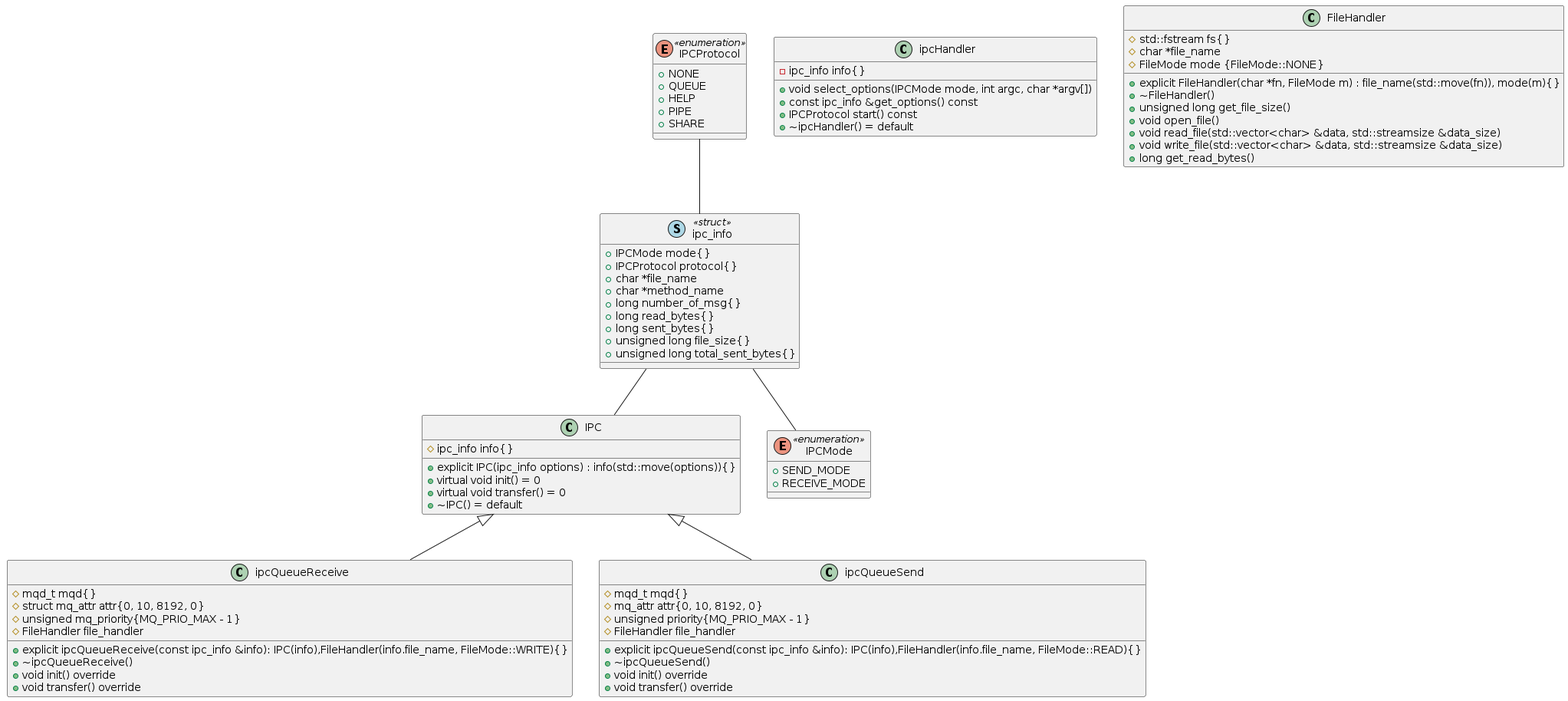
Before: Cpp_test/uml/diagram_picure/diagram.png, a diagram exported from PlantUML (giangle-unikie/complex-copy-cpp).
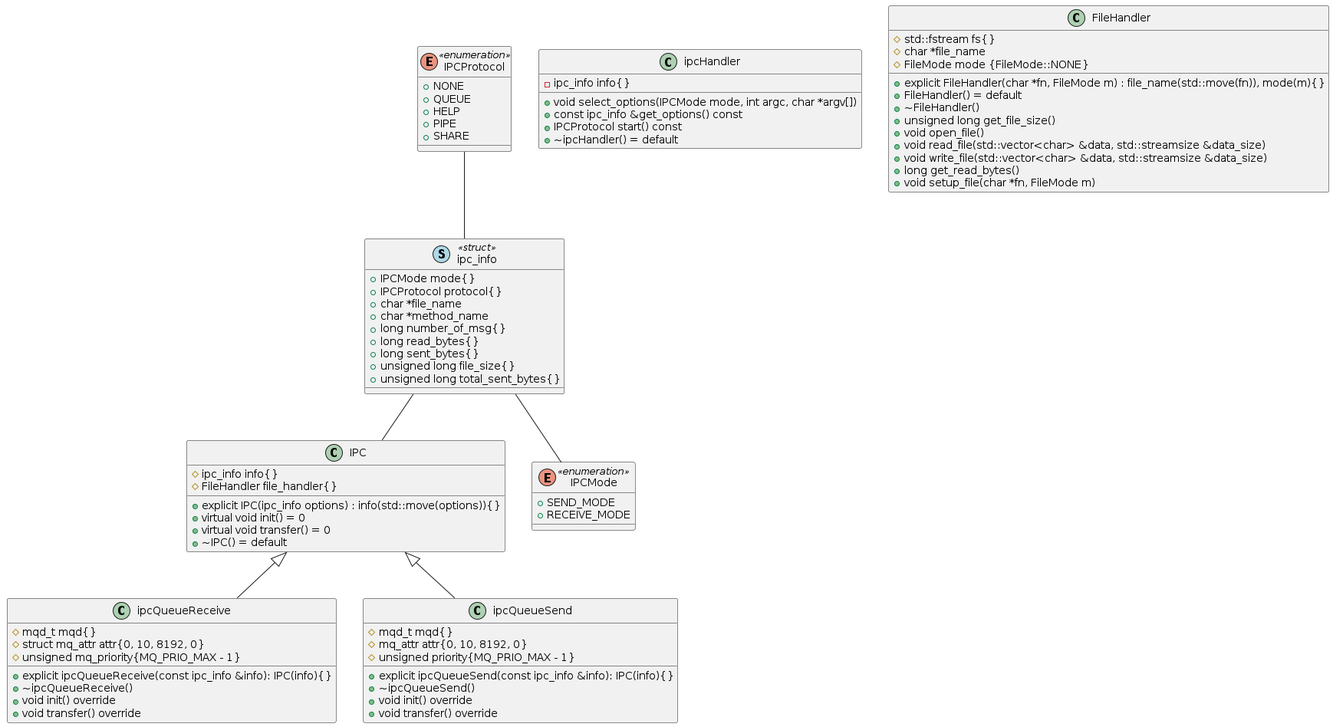
The same diagram one commit later.

Change to the diagram source:
```diff
@@ -2,6 +2,7 @@
 class IPC
 {
 	# ipc_info info{}
+	# FileHandler file_handler{}
 
 	+ explicit IPC(ipc_info options) : info(std::move(options)){}
 	+ virtual void init() = 0
@@ -26,12 +27,14 @@
 	# FileMode mode {FileMode::NONE}
 
 	+ explicit FileHandler(char *fn, FileMode m) : file_name(std::move(fn)), mode(m){}
+	+ FileHandler() = default
 	+ ~FileHandler()
 	+ unsigned long get_file_size()
 	+ void open_file()
 	+ void read_file(std::vector<char> &data, std::streamsize &data_size)
 	+ void write_file(std::vector<char> &data, std::streamsize &data_size)
 	+ long get_read_bytes()
+	+ void setup_file(char *fn, FileMode m)
 }
 
 class ipcQueueReceive
@@ -39,9 +42,8 @@
     # mqd_t mqd{}
     # struct mq_attr attr{0, 10, 8192, 0}
     # unsigned mq_priority{MQ_PRIO_MAX - 1}
-	# FileHandler file_handler
 
-	+ explicit ipcQueueReceive(const ipc_info &info): IPC(info),FileHandler(info.file_name, FileMode::WRITE){}
+	+ explicit ipcQueueReceive(const ipc_info &info): IPC(info){}
 	+ ~ipcQueueReceive()
 	+ void init() override
 	+ void transfer() override
@@ -52,9 +54,8 @@
 	# mqd_t mqd{}
 	# mq_attr attr{0, 10, 8192, 0}
 	# unsigned priority{MQ_PRIO_MAX - 1}
-	# FileHandler file_handler
 
-	+ explicit ipcQueueSend(const ipc_info &info): IPC(info),FileHandler(info.file_name, FileMode::READ){}
+	+ explicit ipcQueueSend(const ipc_info &info): IPC(info){}
 	+ ~ipcQueueSend()
 	+ void init() override
 	+ void transfer() override
```
